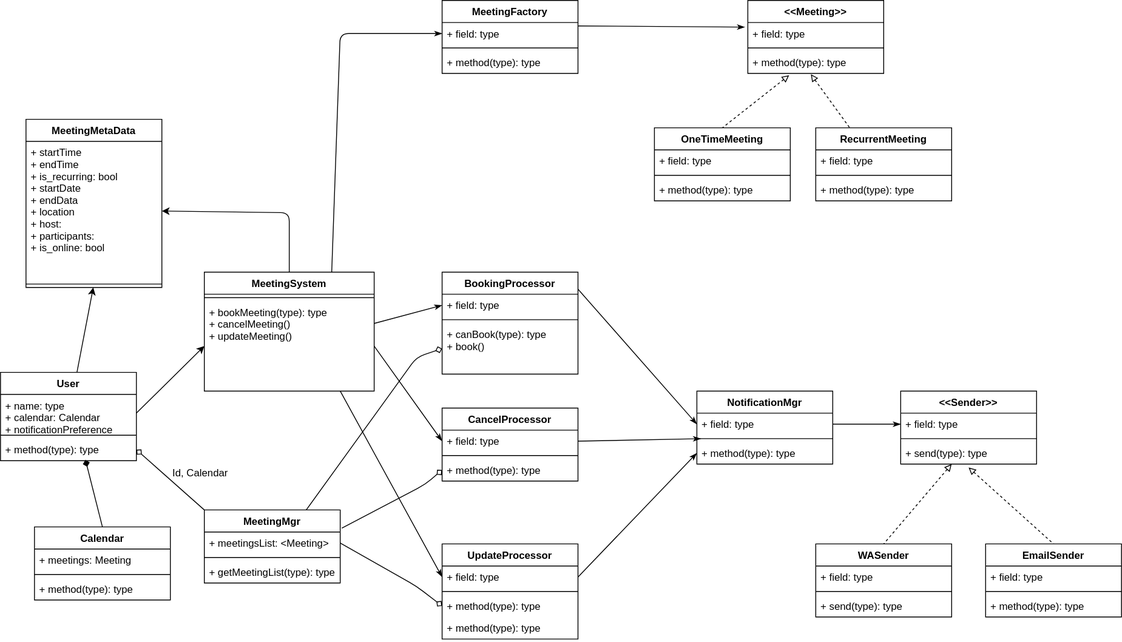
ShamanthKumarHP/LLD keeps this draw.io diagram as Projects/MeetingScheduler/meeting_scheduler.drawio.svg. Above is the earlier version. Source tidied: cells renumbered, new cells last; positions are measured from the earlier drawing's top-left corner, leaving out a move shared by most shapes.
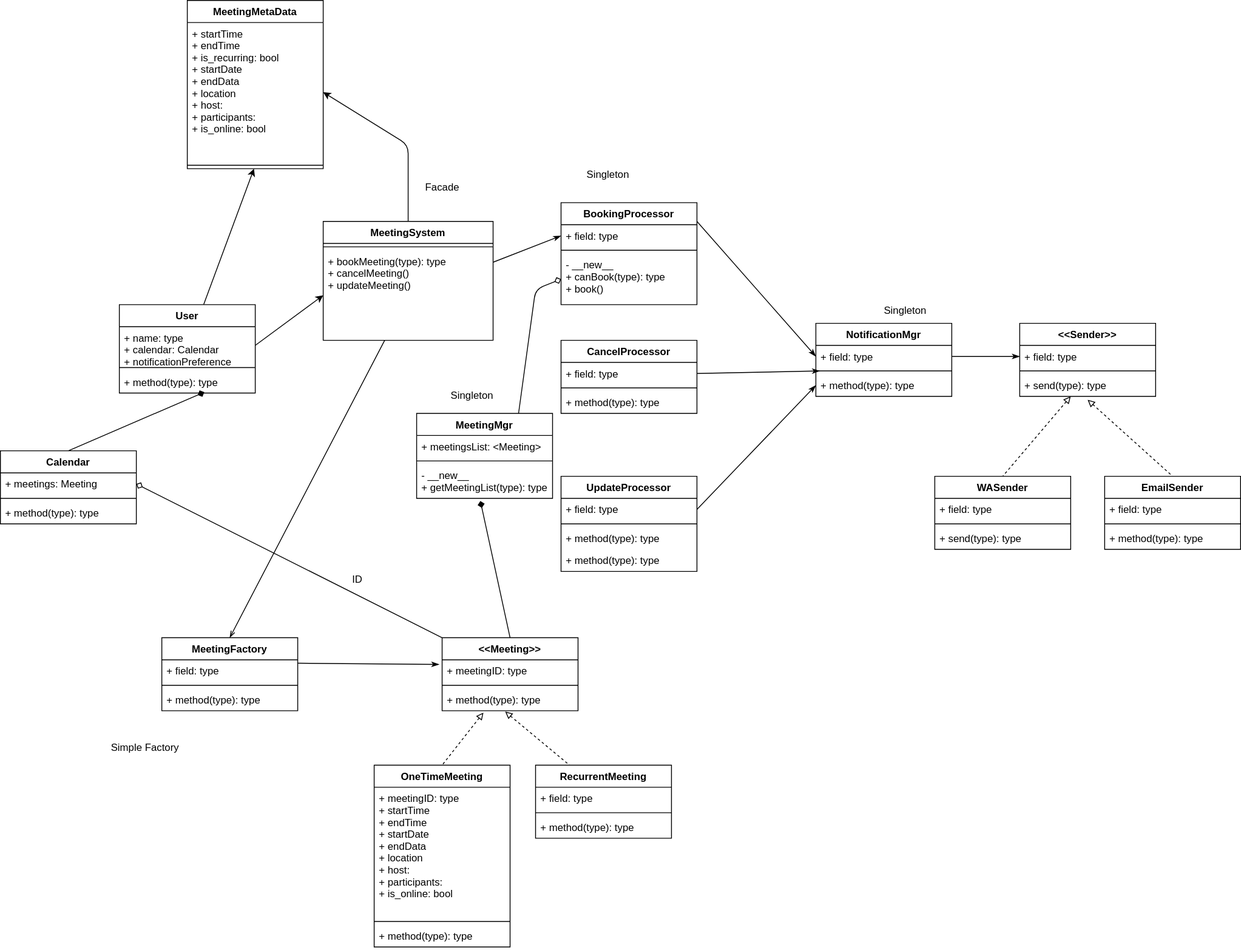
Later version of the same file.

The edit, as a diff of the source:
```diff
@@ -3,7 +3,7 @@
     <mxCell id="0" />
     <mxCell id="1" parent="0" />
     <mxCell id="2" value="MeetingSystem" style="swimlane;fontStyle=1;align=center;verticalAlign=top;horizontal=1;startSize=26;" parent="1" vertex="1">
-      <mxGeometry x="240" y="320" width="200" height="140" as="geometry" />
+      <mxGeometry x="240" y="340" width="200" height="140" as="geometry" />
     </mxCell>
     <mxCell id="3" style="line;strokeWidth=1;fillColor=none;align=left;verticalAlign=middle;spacingTop=-1;spacingLeft=3;spacingRight=3;labelPosition=right;strokeColor=inherit;" parent="2" vertex="1">
       <mxGeometry y="26" width="200" height="8" as="geometry" />
@@ -12,7 +12,7 @@
       <mxGeometry y="34" width="200" height="106" as="geometry" />
     </mxCell>
     <mxCell id="5" value="MeetingMgr" style="swimlane;fontStyle=1;align=center;verticalAlign=top;horizontal=1;startSize=26;" parent="1" vertex="1">
-      <mxGeometry x="240" y="600" width="160" height="86" as="geometry" />
+      <mxGeometry x="350" y="566" width="160" height="100" as="geometry" />
     </mxCell>
     <mxCell id="6" value="+ meetingsList: &lt;Meeting&gt;" style="text;strokeColor=none;fillColor=none;align=left;verticalAlign=top;spacingLeft=4;spacingRight=4;overflow=hidden;points=[[0,0.5],[1,0.5]];portConstraint=eastwest;" parent="5" vertex="1">
       <mxGeometry y="26" width="160" height="26" as="geometry" />
@@ -20,11 +20,11 @@
     <mxCell id="7" style="line;strokeWidth=1;fillColor=none;align=left;verticalAlign=middle;spacingTop=-1;spacingLeft=3;spacingRight=3;labelPosition=right;strokeColor=inherit;" parent="5" vertex="1">
       <mxGeometry y="52" width="160" height="8" as="geometry" />
     </mxCell>
-    <mxCell id="8" value="+ getMeetingList(type): type" style="text;strokeColor=none;fillColor=none;align=left;verticalAlign=top;spacingLeft=4;spacingRight=4;overflow=hidden;points=[[0,0.5],[1,0.5]];portConstraint=eastwest;" parent="5" vertex="1">
-      <mxGeometry y="60" width="160" height="26" as="geometry" />
+    <mxCell id="8" value="- __new__&#10;+ getMeetingList(type): type" style="text;strokeColor=none;fillColor=none;align=left;verticalAlign=top;spacingLeft=4;spacingRight=4;overflow=hidden;points=[[0,0.5],[1,0.5]];portConstraint=eastwest;" parent="5" vertex="1">
+      <mxGeometry y="60" width="160" height="40" as="geometry" />
     </mxCell>
     <mxCell id="9" value="MeetingMetaData" style="swimlane;fontStyle=1;align=center;verticalAlign=top;horizontal=1;startSize=26;" parent="1" vertex="1">
-      <mxGeometry x="30" y="140" width="160" height="198" as="geometry" />
+      <mxGeometry x="80" y="80" width="160" height="198" as="geometry" />
     </mxCell>
     <mxCell id="10" value="+ startTime&#10;+ endTime&#10;+ is_recurring: bool&#10;+ startDate&#10;+ endData&#10;+ location&#10;+ host:&#10;+ participants:&#10;+ is_online: bool" style="text;strokeColor=none;fillColor=none;align=left;verticalAlign=top;spacingLeft=4;spacingRight=4;overflow=hidden;points=[[0,0.5],[1,0.5]];portConstraint=eastwest;" parent="9" vertex="1">
       <mxGeometry y="26" width="160" height="164" as="geometry" />
@@ -48,7 +48,7 @@
       <mxGeometry y="78" width="160" height="26" as="geometry" />
     </mxCell>
     <mxCell id="17" value="Calendar" style="swimlane;fontStyle=1;align=center;verticalAlign=top;horizontal=1;startSize=26;" parent="1" vertex="1">
-      <mxGeometry x="40" y="620" width="160" height="86" as="geometry" />
+      <mxGeometry x="-140" y="610" width="160" height="86" as="geometry" />
     </mxCell>
     <mxCell id="18" value="+ meetings: Meeting" style="text;strokeColor=none;fillColor=none;align=left;verticalAlign=top;spacingLeft=4;spacingRight=4;overflow=hidden;points=[[0,0.5],[1,0.5]];portConstraint=eastwest;" parent="17" vertex="1">
       <mxGeometry y="26" width="160" height="26" as="geometry" />
@@ -60,7 +60,7 @@
       <mxGeometry y="60" width="160" height="26" as="geometry" />
     </mxCell>
     <mxCell id="21" value="BookingProcessor" style="swimlane;fontStyle=1;align=center;verticalAlign=top;horizontal=1;startSize=26;" parent="1" vertex="1">
-      <mxGeometry x="520" y="320" width="160" height="120" as="geometry" />
+      <mxGeometry x="520" y="318" width="160" height="120" as="geometry" />
     </mxCell>
     <mxCell id="22" value="+ field: type" style="text;strokeColor=none;fillColor=none;align=left;verticalAlign=top;spacingLeft=4;spacingRight=4;overflow=hidden;points=[[0,0.5],[1,0.5]];portConstraint=eastwest;" parent="21" vertex="1">
       <mxGeometry y="26" width="160" height="26" as="geometry" />
@@ -68,7 +68,7 @@
     <mxCell id="23" style="line;strokeWidth=1;fillColor=none;align=left;verticalAlign=middle;spacingTop=-1;spacingLeft=3;spacingRight=3;labelPosition=right;strokeColor=inherit;" parent="21" vertex="1">
       <mxGeometry y="52" width="160" height="8" as="geometry" />
     </mxCell>
-    <mxCell id="24" value="+ canBook(type): type&#10;+ book()&#10;" style="text;strokeColor=none;fillColor=none;align=left;verticalAlign=top;spacingLeft=4;spacingRight=4;overflow=hidden;points=[[0,0.5],[1,0.5]];portConstraint=eastwest;" parent="21" vertex="1">
+    <mxCell id="24" value="- __new__&#10;+ canBook(type): type&#10;+ book()&#10;" style="text;strokeColor=none;fillColor=none;align=left;verticalAlign=top;spacingLeft=4;spacingRight=4;overflow=hidden;points=[[0,0.5],[1,0.5]];portConstraint=eastwest;" parent="21" vertex="1">
       <mxGeometry y="60" width="160" height="60" as="geometry" />
     </mxCell>
     <mxCell id="25" value="NotificationMgr" style="swimlane;fontStyle=1;align=center;verticalAlign=top;horizontal=1;startSize=26;" parent="1" vertex="1">
@@ -138,35 +138,15 @@
         </Array>
       </mxGeometry>
     </mxCell>
-    <mxCell id="44" style="edgeStyle=none;html=1;exitX=1.012;exitY=-0.175;exitDx=0;exitDy=0;endArrow=diamond;endFill=0;startArrow=none;startFill=0;strokeWidth=1;entryX=0;entryY=0.5;entryDx=0;entryDy=0;exitPerimeter=0;" parent="1" edge="1" source="6" target="34">
-      <mxGeometry relative="1" as="geometry">
-        <Array as="points">
-          <mxPoint x="500" y="570" />
-        </Array>
-      </mxGeometry>
-    </mxCell>
-    <mxCell id="45" style="edgeStyle=none;html=1;exitX=1;exitY=0.5;exitDx=0;exitDy=0;endArrow=diamond;endFill=0;startArrow=none;startFill=0;strokeWidth=1;entryX=0;entryY=0.5;entryDx=0;entryDy=0;" parent="1" edge="1" source="6" target="38">
-      <mxGeometry relative="1" as="geometry">
-        <Array as="points">
-          <mxPoint x="490" y="690" />
-        </Array>
-      </mxGeometry>
-    </mxCell>
     <mxCell id="46" style="edgeStyle=none;html=1;entryX=0;entryY=0.5;entryDx=0;entryDy=0;exitX=0.5;exitY=0;exitDx=0;exitDy=0;endArrow=diamond;endFill=1;" parent="1" edge="1" source="17">
       <mxGeometry relative="1" as="geometry">
         <mxPoint x="100" y="541" as="targetPoint" />
       </mxGeometry>
     </mxCell>
-    <mxCell id="47" style="edgeStyle=none;html=1;entryX=1;entryY=0.5;entryDx=0;entryDy=0;exitX=0;exitY=0;exitDx=0;exitDy=0;endArrow=diamond;endFill=0;" parent="1" edge="1" source="5" target="16">
-      <mxGeometry relative="1" as="geometry" />
-    </mxCell>
-    <mxCell id="48" value="Id, Calendar" style="text;html=1;align=center;verticalAlign=middle;strokeColor=none;fillColor=none;" parent="1" vertex="1">
-      <mxGeometry x="190" y="542" width="90" height="30" as="geometry" />
-    </mxCell>
     <mxCell id="49" value="&lt;&lt;Meeting&gt;&gt;" style="swimlane;fontStyle=1;align=center;verticalAlign=top;horizontal=1;startSize=26;" parent="1" vertex="1">
-      <mxGeometry x="880" width="160" height="86" as="geometry" />
+      <mxGeometry x="380" y="830" width="160" height="86" as="geometry" />
     </mxCell>
-    <mxCell id="50" value="+ field: type" style="text;strokeColor=none;fillColor=none;align=left;verticalAlign=top;spacingLeft=4;spacingRight=4;overflow=hidden;points=[[0,0.5],[1,0.5]];portConstraint=eastwest;" parent="49" vertex="1">
+    <mxCell id="50" value="+ meetingID: type" style="text;strokeColor=none;fillColor=none;align=left;verticalAlign=top;spacingLeft=4;spacingRight=4;overflow=hidden;points=[[0,0.5],[1,0.5]];portConstraint=eastwest;" parent="49" vertex="1">
       <mxGeometry y="26" width="160" height="26" as="geometry" />
     </mxCell>
     <mxCell id="51" style="line;strokeWidth=1;fillColor=none;align=left;verticalAlign=middle;spacingTop=-1;spacingLeft=3;spacingRight=3;labelPosition=right;strokeColor=inherit;" parent="49" vertex="1">
@@ -176,19 +156,19 @@
       <mxGeometry y="60" width="160" height="26" as="geometry" />
     </mxCell>
     <mxCell id="53" value="OneTimeMeeting" style="swimlane;fontStyle=1;align=center;verticalAlign=top;horizontal=1;startSize=26;" parent="1" vertex="1">
-      <mxGeometry x="770" y="150" width="160" height="86" as="geometry" />
+      <mxGeometry x="300" y="980" width="160" height="214" as="geometry" />
     </mxCell>
-    <mxCell id="54" value="+ field: type" style="text;strokeColor=none;fillColor=none;align=left;verticalAlign=top;spacingLeft=4;spacingRight=4;overflow=hidden;" parent="53" vertex="1">
-      <mxGeometry y="26" width="160" height="26" as="geometry" />
+    <mxCell id="54" value="+ meetingID: type&#10;+ startTime&#10;+ endTime&#10;+ startDate&#10;+ endData&#10;+ location&#10;+ host:&#10;+ participants:&#10;+ is_online: bool" style="text;strokeColor=none;fillColor=none;align=left;verticalAlign=top;spacingLeft=4;spacingRight=4;overflow=hidden;" parent="53" vertex="1">
+      <mxGeometry y="26" width="160" height="154" as="geometry" />
     </mxCell>
     <mxCell id="55" style="line;strokeWidth=1;fillColor=none;align=left;verticalAlign=middle;spacingTop=-1;spacingLeft=3;spacingRight=3;labelPosition=right;strokeColor=inherit;" parent="53" vertex="1">
-      <mxGeometry y="52" width="160" height="8" as="geometry" />
+      <mxGeometry y="180" width="160" height="8" as="geometry" />
     </mxCell>
     <mxCell id="56" value="+ method(type): type" style="text;strokeColor=none;fillColor=none;align=left;verticalAlign=top;spacingLeft=4;spacingRight=4;overflow=hidden;" parent="53" vertex="1">
-      <mxGeometry y="60" width="160" height="26" as="geometry" />
+      <mxGeometry y="188" width="160" height="26" as="geometry" />
     </mxCell>
     <mxCell id="57" value="RecurrentMeeting" style="swimlane;fontStyle=1;align=center;verticalAlign=top;horizontal=1;startSize=26;" parent="1" vertex="1">
-      <mxGeometry x="960" y="150" width="160" height="86" as="geometry" />
+      <mxGeometry x="490" y="980" width="160" height="86" as="geometry" />
     </mxCell>
     <mxCell id="58" value="+ field: type" style="text;strokeColor=none;fillColor=none;align=left;verticalAlign=top;spacingLeft=4;spacingRight=4;overflow=hidden;" parent="57" vertex="1">
       <mxGeometry y="26" width="160" height="26" as="geometry" />
@@ -199,8 +179,11 @@
     <mxCell id="60" value="+ method(type): type" style="text;strokeColor=none;fillColor=none;align=left;verticalAlign=top;spacingLeft=4;spacingRight=4;overflow=hidden;" parent="57" vertex="1">
       <mxGeometry y="60" width="160" height="26" as="geometry" />
     </mxCell>
+    <mxCell id="87" style="edgeStyle=none;html=1;exitX=0.5;exitY=0;exitDx=0;exitDy=0;startArrow=openThin;startFill=0;endArrow=none;endFill=0;" parent="1" edge="1" source="61" target="4">
+      <mxGeometry relative="1" as="geometry" />
+    </mxCell>
     <mxCell id="61" value="MeetingFactory" style="swimlane;fontStyle=1;align=center;verticalAlign=top;horizontal=1;startSize=26;" parent="1" vertex="1">
-      <mxGeometry x="520" width="160" height="86" as="geometry" />
+      <mxGeometry x="50" y="830" width="160" height="86" as="geometry" />
     </mxCell>
     <mxCell id="62" value="+ field: type" style="text;strokeColor=none;fillColor=none;align=left;verticalAlign=top;spacingLeft=4;spacingRight=4;overflow=hidden;points=[[0,0.5],[1,0.5]];portConstraint=eastwest;" parent="61" vertex="1">
       <mxGeometry y="26" width="160" height="26" as="geometry" />
@@ -213,7 +196,7 @@
     </mxCell>
     <mxCell id="65" style="edgeStyle=none;html=1;entryX=1.01;entryY=0.085;entryDx=0;entryDy=0;exitX=-0.022;exitY=0.209;exitDx=0;exitDy=0;entryPerimeter=0;endArrow=none;endFill=0;startArrow=classicThin;startFill=1;strokeWidth=1;exitPerimeter=0;" parent="1" edge="1" source="50">
       <mxGeometry relative="1" as="geometry">
-        <mxPoint x="680" y="30" as="targetPoint" />
+        <mxPoint x="210" y="860" as="targetPoint" />
       </mxGeometry>
     </mxCell>
     <mxCell id="66" style="edgeStyle=none;html=1;entryX=0.5;entryY=0;entryDx=0;entryDy=0;exitX=0.304;exitY=1.081;exitDx=0;exitDy=0;endArrow=none;endFill=0;startArrow=block;startFill=0;strokeWidth=1;exitPerimeter=0;dashed=1;" parent="1" edge="1" source="52" target="53">
@@ -222,24 +205,9 @@
     <mxCell id="67" style="edgeStyle=none;html=1;entryX=0.25;entryY=0;entryDx=0;entryDy=0;exitX=0.464;exitY=1.038;exitDx=0;exitDy=0;endArrow=none;endFill=0;startArrow=block;startFill=0;strokeWidth=1;exitPerimeter=0;dashed=1;" parent="1" edge="1" source="52" target="57">
       <mxGeometry relative="1" as="geometry" />
     </mxCell>
-    <mxCell id="68" style="edgeStyle=none;html=1;entryX=0.75;entryY=0;entryDx=0;entryDy=0;exitX=0;exitY=0.5;exitDx=0;exitDy=0;endArrow=none;endFill=0;startArrow=classicThin;startFill=1;strokeWidth=1;" parent="1" edge="1" source="62" target="2">
-      <mxGeometry relative="1" as="geometry">
-        <Array as="points">
-          <mxPoint x="400" y="39" />
-        </Array>
-      </mxGeometry>
-    </mxCell>
     <mxCell id="69" style="edgeStyle=none;html=1;exitX=0;exitY=0.5;exitDx=0;exitDy=0;endArrow=none;endFill=0;startArrow=classicThin;startFill=1;strokeWidth=1;" parent="1" edge="1" source="22" target="4">
       <mxGeometry relative="1" as="geometry" />
     </mxCell>
-    <mxCell id="70" style="edgeStyle=none;html=1;exitX=0;exitY=0.5;exitDx=0;exitDy=0;endArrow=none;endFill=0;startArrow=classicThin;startFill=1;strokeWidth=1;entryX=1;entryY=0.5;entryDx=0;entryDy=0;" parent="1" edge="1" source="32" target="4">
-      <mxGeometry relative="1" as="geometry" />
-    </mxCell>
-    <mxCell id="71" style="edgeStyle=none;html=1;exitX=0;exitY=0.5;exitDx=0;exitDy=0;endArrow=none;endFill=0;startArrow=classicThin;startFill=1;strokeWidth=1;entryX=1;entryY=0.5;entryDx=0;entryDy=0;" parent="1" edge="1" source="36">
-      <mxGeometry relative="1" as="geometry">
-        <mxPoint x="400" y="460" as="targetPoint" />
-      </mxGeometry>
-    </mxCell>
     <mxCell id="72" value="&lt;&lt;Sender&gt;&gt;" style="swimlane;fontStyle=1;align=center;verticalAlign=top;horizontal=1;startSize=26;" parent="1" vertex="1">
       <mxGeometry x="1060" y="460" width="160" height="86" as="geometry" />
     </mxCell>
@@ -289,5 +257,29 @@
     <mxCell id="86" style="edgeStyle=none;html=1;entryX=1;entryY=0.5;entryDx=0;entryDy=0;exitX=0;exitY=0.5;exitDx=0;exitDy=0;endArrow=none;endFill=0;startArrow=classicThin;startFill=1;strokeWidth=1;" parent="1" edge="1" source="73" target="26">
       <mxGeometry relative="1" as="geometry" />
     </mxCell>
+    <mxCell id="88" style="edgeStyle=none;html=1;entryX=0.5;entryY=0;entryDx=0;entryDy=0;exitX=0.469;exitY=1.077;exitDx=0;exitDy=0;endArrow=none;endFill=0;startArrow=diamond;startFill=1;strokeWidth=1;exitPerimeter=0;" parent="1" edge="1" source="8" target="49">
+      <mxGeometry relative="1" as="geometry" />
+    </mxCell>
+    <mxCell id="89" value="Simple Factory" style="text;html=1;align=center;verticalAlign=middle;strokeColor=none;fillColor=none;" parent="1" vertex="1">
+      <mxGeometry x="-20" y="945" width="100" height="30" as="geometry" />
+    </mxCell>
+    <mxCell id="90" style="edgeStyle=none;html=1;exitX=1;exitY=0.5;exitDx=0;exitDy=0;entryX=0;entryY=0;entryDx=0;entryDy=0;startArrow=diamond;startFill=0;endArrow=none;endFill=0;" parent="1" edge="1" source="18" target="49">
+      <mxGeometry relative="1" as="geometry" />
+    </mxCell>
+    <mxCell id="91" value="ID" style="text;html=1;align=center;verticalAlign=middle;strokeColor=none;fillColor=none;" parent="1" vertex="1">
+      <mxGeometry x="260" y="747" width="40" height="30" as="geometry" />
+    </mxCell>
+    <mxCell id="92" value="Singleton" style="text;html=1;align=center;verticalAlign=middle;strokeColor=none;fillColor=none;" parent="1" vertex="1">
+      <mxGeometry x="890" y="430" width="70" height="30" as="geometry" />
+    </mxCell>
+    <mxCell id="93" value="Singleton" style="text;html=1;align=center;verticalAlign=middle;strokeColor=none;fillColor=none;" parent="1" vertex="1">
+      <mxGeometry x="540" y="270" width="70" height="30" as="geometry" />
+    </mxCell>
+    <mxCell id="94" value="Singleton" style="text;html=1;align=center;verticalAlign=middle;strokeColor=none;fillColor=none;" parent="1" vertex="1">
+      <mxGeometry x="380" y="530" width="70" height="30" as="geometry" />
+    </mxCell>
+    <mxCell id="95" value="Facade" style="text;html=1;align=center;verticalAlign=middle;strokeColor=none;fillColor=none;" parent="1" vertex="1">
+      <mxGeometry x="350" y="285" width="60" height="30" as="geometry" />
+    </mxCell>
   </root>
 </mxGraphModel>
```
